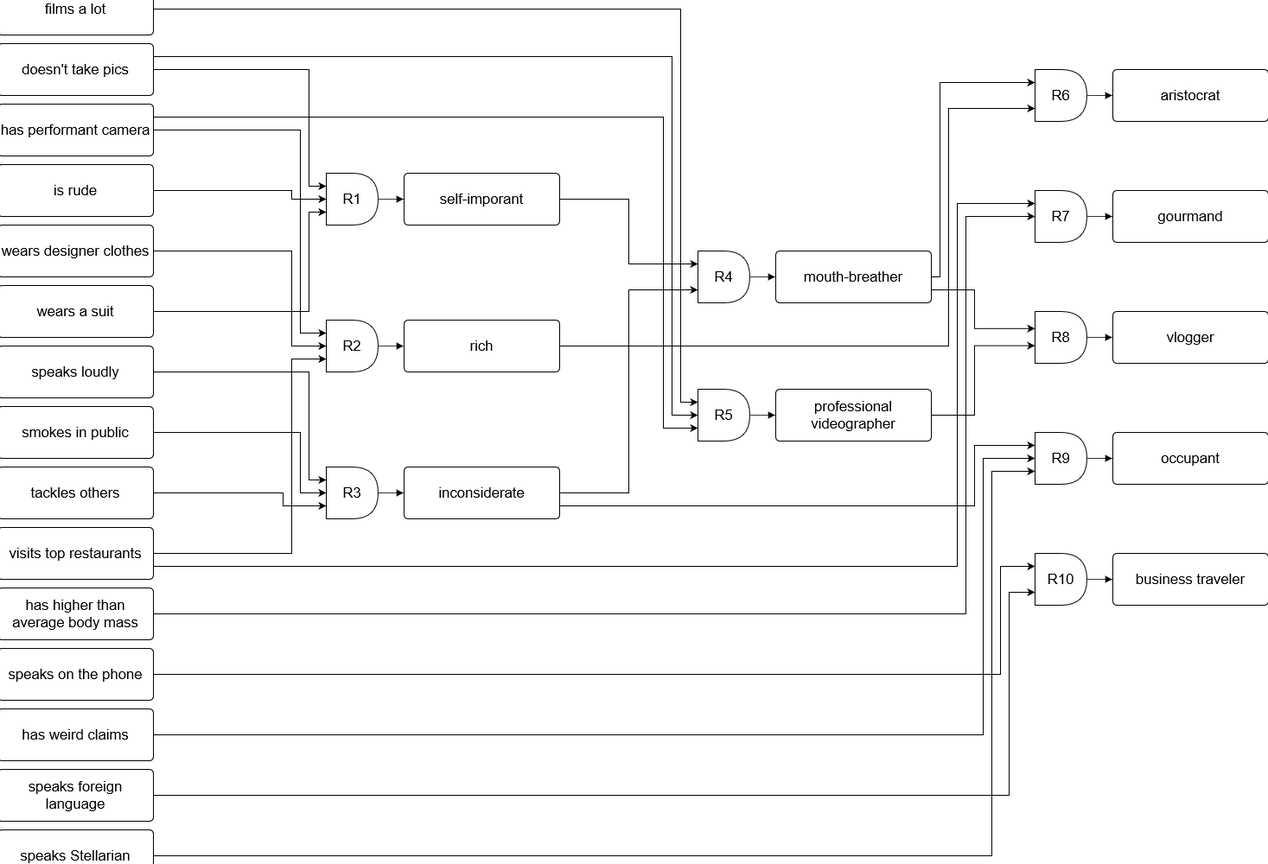
Above: lab1/images/decision_tree.png in muffindud/FIA_Labs (draw.io), before the change. Source tidied: cells renumbered, new cells last; positions are measured from the earlier drawing's top-left corner, leaving out a move shared by most shapes.
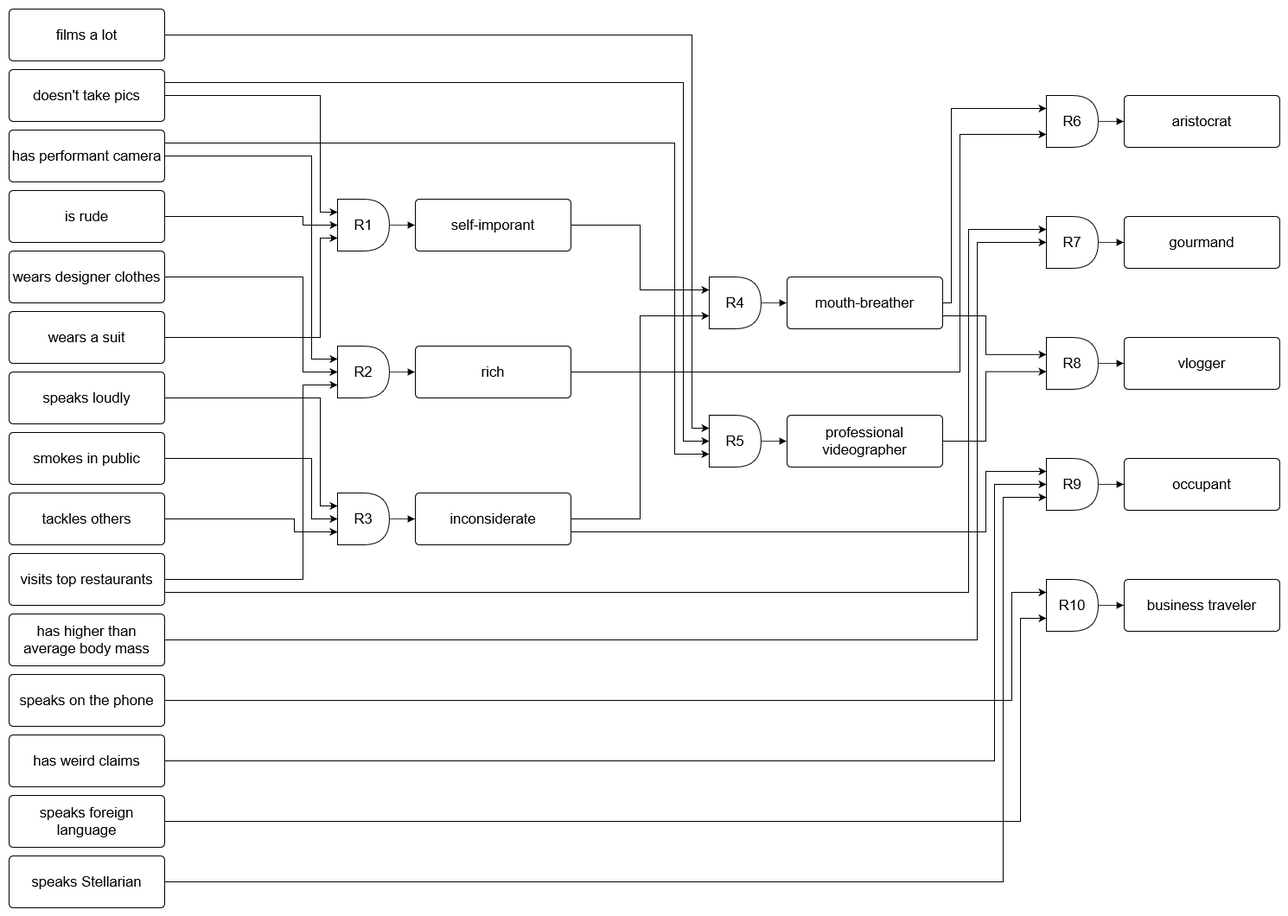
The same file after the commit.

Change to the diagram source:
```diff
@@ -354,5 +354,8 @@
         </Array>
       </mxGeometry>
     </mxCell>
+    <mxCell id="81" style="swimlane;startSize=0;fillColor=none;strokeColor=none;" parent="1" vertex="1">
+      <mxGeometry x="-10" y="-10" width="1490" height="1060" as="geometry" />
+    </mxCell>
   </root>
 </mxGraphModel>
```
